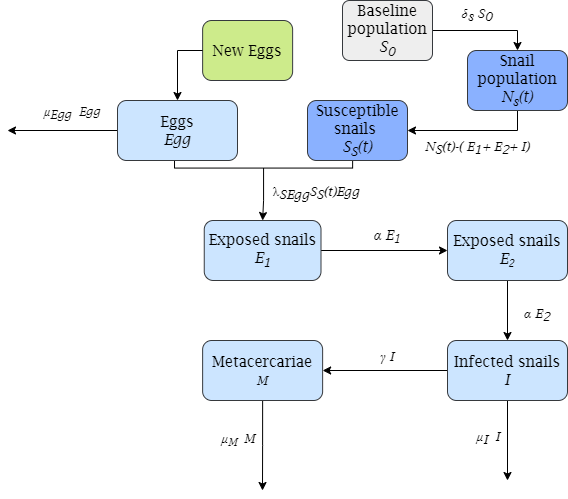
Lauraft97/Bachelor_project_2021 keeps this draw.io diagram as results/figures/Final_figures/ODE_flowchart.png. Above is the earlier version. Source tidied: cells renumbered, new cells last; positions are measured from the earlier drawing's top-left corner, leaving out a move shared by most shapes.
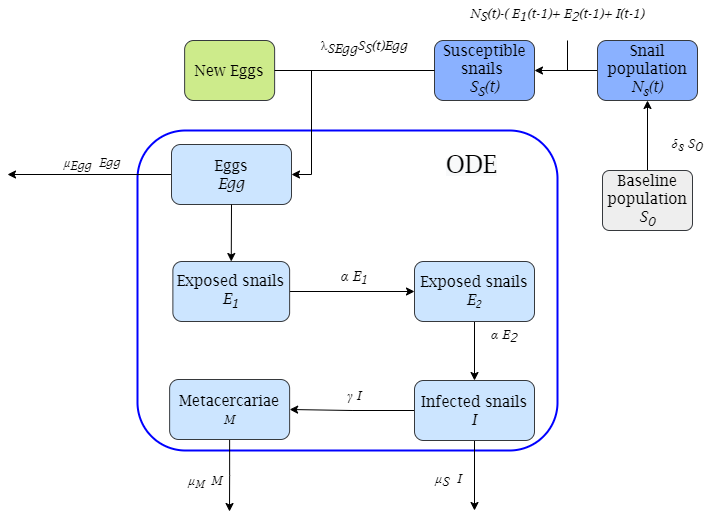
The same diagram one commit later.

Change to the diagram source:
```diff
@@ -2,105 +2,112 @@
   <root>
     <mxCell id="0" />
     <mxCell id="1" parent="0" />
-    <mxCell id="2" style="strokeWidth=1;html=1;shape=mxgraph.flowchart.annotation_2;align=left;labelPosition=right;fontFamily=Lucida Bright;fontSize=15;rotation=-90;" parent="1" vertex="1">
-      <mxGeometry x="223.6" y="78.5" width="64.9" height="178.1" as="geometry" />
-    </mxCell>
+    <mxCell id="32" style="rounded=1;whiteSpace=wrap;html=1;fontFamily=Lucida Bright;fontSize=16;strokeColor=#0000FF;strokeWidth=2;fillColor=none;" parent="1" vertex="1">
+      <mxGeometry x="140" y="120" width="420" height="320" as="geometry" />
+    </mxCell>
-    <mxCell id="3" style="edgeStyle=orthogonalEdgeStyle;rounded=0;jettySize=auto;html=1;exitX=1;exitY=0.5;exitDx=0;exitDy=0;entryX=0.5;entryY=0;entryDx=0;entryDy=0;fontSize=29;fontFamily=Lucida Bright;" parent="1" edge="1" source="4" target="8">
+    <mxCell id="3" style="edgeStyle=orthogonalEdgeStyle;rounded=0;jettySize=auto;html=1;exitX=0.5;exitY=0;exitDx=0;exitDy=0;fontFamily=Lucida Bright;fontSize=16;" parent="1" edge="1" source="4" target="8">
       <mxGeometry relative="1" as="geometry" />
     </mxCell>
     <mxCell id="4" value="&lt;font style=&quot;font-size: 15px&quot;&gt;Baseline population&lt;br&gt;&lt;i&gt;S&lt;sub&gt;0&lt;/sub&gt;&lt;/i&gt;&lt;/font&gt;" style="rounded=1;whiteSpace=wrap;html=1;absoluteArcSize=1;arcSize=14;strokeWidth=1;fontFamily=Lucida Bright;fillColor=#eeeeee;strokeColor=#36393d;" parent="1" vertex="1">
-      <mxGeometry x="335" width="90" height="60" as="geometry" />
+      <mxGeometry x="605" y="160" width="90" height="60" as="geometry" />
     </mxCell>
     <mxCell id="5" style="edgeStyle=orthogonalEdgeStyle;rounded=0;jettySize=auto;html=1;exitX=0;exitY=0.5;exitDx=0;exitDy=0;fontFamily=Lucida Bright;fontSize=15;" parent="1" edge="1" source="6">
       <mxGeometry relative="1" as="geometry">
-        <mxPoint y="130" as="targetPoint" />
+        <mxPoint x="10" y="164" as="targetPoint" />
       </mxGeometry>
     </mxCell>
     <mxCell id="6" value="Eggs&lt;br&gt;&lt;i&gt;Egg&lt;/i&gt;" style="rounded=1;whiteSpace=wrap;html=1;fontFamily=Lucida Bright;fontSize=15;fillColor=#cce5ff;strokeColor=#36393d;" parent="1" vertex="1">
-      <mxGeometry x="110" y="100" width="120" height="60" as="geometry" />
+      <mxGeometry x="174" y="134" width="120" height="60" as="geometry" />
     </mxCell>
-    <mxCell id="7" style="edgeStyle=orthogonalEdgeStyle;rounded=0;jettySize=auto;html=1;exitX=0.5;exitY=1;exitDx=0;exitDy=0;entryX=1;entryY=0.5;entryDx=0;entryDy=0;fontSize=18;fontFamily=Lucida Bright;" parent="1" edge="1" source="8" target="29">
+    <mxCell id="7" style="edgeStyle=orthogonalEdgeStyle;rounded=0;jettySize=auto;html=1;exitX=0;exitY=0.5;exitDx=0;exitDy=0;entryX=1;entryY=0.5;entryDx=0;entryDy=0;fontFamily=Lucida Bright;fontSize=16;" parent="1" edge="1" source="8" target="29">
       <mxGeometry relative="1" as="geometry" />
     </mxCell>
     <mxCell id="8" value="Snail population&lt;br&gt;&lt;i&gt;N&lt;sub&gt;s&lt;/sub&gt;(t)&lt;/i&gt;" style="rounded=1;whiteSpace=wrap;html=1;fontFamily=Lucida Bright;fontSize=15;fillColor=#8AB1FF;strokeColor=#36393d;" parent="1" vertex="1">
-      <mxGeometry x="460" y="50" width="100" height="60" as="geometry" />
+      <mxGeometry x="600" y="30" width="100" height="60" as="geometry" />
     </mxCell>
+    <mxCell id="10" style="edgeStyle=orthogonalEdgeStyle;rounded=0;jettySize=auto;html=1;exitX=1;exitY=0.5;exitDx=0;exitDy=0;entryX=1;entryY=0.5;entryDx=0;entryDy=0;fontFamily=Lucida Bright;fontSize=16;" parent="1" edge="1" source="9" target="6">
+      <mxGeometry relative="1" as="geometry" />
+    </mxCell>
     <mxCell id="9" value="New Eggs" style="rounded=1;whiteSpace=wrap;html=1;fontFamily=Lucida Bright;fontSize=15;fillColor=#cdeb8b;strokeColor=#36393d;" parent="1" vertex="1">
-      <mxGeometry x="195.1" y="20" width="90" height="60" as="geometry" />
+      <mxGeometry x="187.1" y="30" width="90" height="60" as="geometry" />
     </mxCell>
-    <mxCell id="10" style="endArrow=classic;html=1;rounded=0;fontFamily=Lucida Bright;fontSize=15;exitX=0;exitY=0.5;exitDx=0;exitDy=0;entryX=0.5;entryY=0;entryDx=0;entryDy=0;" parent="1" edge="1" source="9" target="6">
-      <mxGeometry relative="1" as="geometry">
-        <Array as="points">
-          <mxPoint x="170" y="50" />
-        </Array>
-      </mxGeometry>
-    </mxCell>
     <mxCell id="11" value="&lt;p style=&quot;margin-top: 0pt; margin-bottom: 0pt; margin-left: 0in; text-align: left; direction: ltr; unicode-bidi: embed; word-break: normal; font-size: 13px;&quot;&gt;&lt;span style=&quot;font-size: 13px;&quot;&gt;&lt;i style=&quot;font-size: 13px;&quot;&gt;δ&lt;sub style=&quot;font-size: 13px;&quot;&gt;s&lt;/sub&gt; S&lt;sub style=&quot;font-size: 13px;&quot;&gt;0&lt;/sub&gt;&lt;/i&gt;&lt;/span&gt;&lt;/p&gt;" style="text;html=1;strokeColor=none;fillColor=none;align=center;verticalAlign=middle;whiteSpace=wrap;rounded=0;fontFamily=Lucida Bright;fontSize=13;" parent="1" vertex="1">
-      <mxGeometry x="440" width="60" height="30" as="geometry" />
+      <mxGeometry x="660" y="120" width="60" height="30" as="geometry" />
     </mxCell>
     <mxCell id="12" style="edgeStyle=orthogonalEdgeStyle;rounded=0;orthogonalLoop=1;jettySize=auto;html=1;exitX=0.5;exitY=1;exitDx=0;exitDy=0;fontFamily=Lucida Bright;fontSize=15;" parent="1" edge="1" source="11" target="11">
       <mxGeometry relative="1" as="geometry" />
     </mxCell>
-    <mxCell id="13" style="endArrow=classic;html=1;rounded=0;fontFamily=Lucida Bright;fontSize=15;exitX=0;exitY=0.5;exitDx=0;exitDy=0;exitPerimeter=0;entryX=0.5;entryY=0;entryDx=0;entryDy=0;" parent="1" edge="1" source="2" target="15">
+    <mxCell id="13" style="endArrow=classic;html=1;rounded=0;fontFamily=Lucida Bright;fontSize=15;exitX=0.5;exitY=1;exitDx=0;exitDy=0;entryX=0.5;entryY=0;entryDx=0;entryDy=0;" parent="1" edge="1" source="6" target="15">
       <mxGeometry relative="1" as="geometry" />
     </mxCell>
     <mxCell id="14" style="edgeStyle=orthogonalEdgeStyle;rounded=0;jettySize=auto;html=1;exitX=1;exitY=0.5;exitDx=0;exitDy=0;entryX=0;entryY=0.5;entryDx=0;entryDy=0;fontSize=29;fontFamily=Lucida Bright;" parent="1" edge="1" source="15" target="17">
       <mxGeometry relative="1" as="geometry" />
     </mxCell>
     <mxCell id="15" value="Exposed snails&lt;br&gt;&lt;i&gt;E&lt;sub&gt;1&lt;/sub&gt;&lt;/i&gt;" style="rounded=1;whiteSpace=wrap;html=1;fontFamily=Lucida Bright;fontSize=15;fillColor=#cce5ff;strokeColor=#36393d;" parent="1" vertex="1">
-      <mxGeometry x="196.8" y="220" width="116.8" height="60" as="geometry" />
+      <mxGeometry x="175.4" y="251" width="116.8" height="60" as="geometry" />
     </mxCell>
     <mxCell id="16" style="edgeStyle=orthogonalEdgeStyle;rounded=0;jettySize=auto;html=1;exitX=0.5;exitY=1;exitDx=0;exitDy=0;fontFamily=Lucida Bright;fontSize=15;entryX=0.5;entryY=0;entryDx=0;entryDy=0;" parent="1" edge="1" source="17" target="20">
       <mxGeometry relative="1" as="geometry" />
     </mxCell>
     <mxCell id="17" value="Exposed snails&lt;br&gt;&lt;i&gt;E&lt;span style=&quot;font-size: 12.5px&quot;&gt;&lt;sub&gt;2&lt;/sub&gt;&lt;/span&gt;&lt;/i&gt;" style="rounded=1;whiteSpace=wrap;html=1;fontFamily=Lucida Bright;fontSize=15;fillColor=#cce5ff;strokeColor=#36393d;" parent="1" vertex="1">
-      <mxGeometry x="440" y="220" width="120" height="60" as="geometry" />
+      <mxGeometry x="417" y="251" width="120" height="60" as="geometry" />
     </mxCell>
     <mxCell id="18" style="edgeStyle=orthogonalEdgeStyle;rounded=0;jettySize=auto;html=1;exitX=0;exitY=0.5;exitDx=0;exitDy=0;fontSize=29;fontFamily=Lucida Bright;" parent="1" edge="1" source="20" target="22">
       <mxGeometry relative="1" as="geometry" />
     </mxCell>
     <mxCell id="19" style="edgeStyle=orthogonalEdgeStyle;rounded=0;jettySize=auto;html=1;exitX=0.5;exitY=1;exitDx=0;exitDy=0;fontSize=29;fontFamily=Lucida Bright;" parent="1" edge="1" source="20">
       <mxGeometry relative="1" as="geometry">
-        <mxPoint x="500" y="480" as="targetPoint" />
+        <mxPoint x="477" y="500" as="targetPoint" />
       </mxGeometry>
     </mxCell>
     <mxCell id="20" value="Infected snails&lt;br&gt;&lt;i&gt;I&lt;/i&gt;" style="rounded=1;whiteSpace=wrap;html=1;fontFamily=Lucida Bright;fontSize=15;fillColor=#cce5ff;strokeColor=#36393d;" parent="1" vertex="1">
-      <mxGeometry x="440" y="340" width="120" height="60" as="geometry" />
+      <mxGeometry x="417" y="370" width="120" height="60" as="geometry" />
     </mxCell>
     <mxCell id="21" style="edgeStyle=orthogonalEdgeStyle;rounded=0;jettySize=auto;html=1;exitX=0.5;exitY=1;exitDx=0;exitDy=0;fontSize=29;fontFamily=Lucida Bright;" parent="1" edge="1" source="22">
       <mxGeometry relative="1" as="geometry">
-        <mxPoint x="255" y="490" as="targetPoint" />
+        <mxPoint x="232" y="501" as="targetPoint" />
       </mxGeometry>
     </mxCell>
     <mxCell id="22" value="Metacercariae&lt;br&gt;&lt;span style=&quot;font-size: 12.5px&quot;&gt;&lt;i&gt;M&lt;/i&gt;&lt;/span&gt;" style="rounded=1;whiteSpace=wrap;html=1;fontFamily=Lucida Bright;fontSize=15;fillColor=#cce5ff;strokeColor=#36393d;" parent="1" vertex="1">
-      <mxGeometry x="195.1" y="340" width="120" height="60" as="geometry" />
+      <mxGeometry x="172.1" y="369" width="120" height="60" as="geometry" />
     </mxCell>
     <mxCell id="23" value="&lt;span style=&quot;font-size: 12px;&quot;&gt;&lt;i style=&quot;font-size: 12px;&quot;&gt;μ&lt;sub style=&quot;font-size: 12px;&quot;&gt;Egg&amp;nbsp;&lt;/sub&gt;Egg&lt;/i&gt;&lt;/span&gt;" style="text;html=1;strokeColor=none;fillColor=none;align=center;verticalAlign=middle;whiteSpace=wrap;rounded=0;fontFamily=Lucida Bright;fontSize=12;" parent="1" vertex="1">
-      <mxGeometry x="20" y="93" width="90" height="40" as="geometry" />
+      <mxGeometry x="50" y="134" width="90" height="40" as="geometry" />
     </mxCell>
     <mxCell id="24" value="&lt;span style=&quot;font-size: 13px&quot;&gt;&lt;i&gt;μ&lt;sub&gt;M&amp;nbsp;&lt;/sub&gt;M&amp;nbsp;&lt;/i&gt;&lt;/span&gt;" style="text;html=1;strokeColor=none;fillColor=none;align=center;verticalAlign=middle;whiteSpace=wrap;rounded=0;fontFamily=Lucida Bright;fontSize=15;" parent="1" vertex="1">
-      <mxGeometry x="190" y="418" width="90" height="40" as="geometry" />
+      <mxGeometry x="167" y="450" width="90" height="40" as="geometry" />
     </mxCell>
     <mxCell id="25" value="&lt;span style=&quot;font-size: 13px;&quot;&gt;&lt;font style=&quot;font-size: 13px;&quot;&gt;&lt;i style=&quot;font-size: 13px;&quot;&gt;α E&lt;sub style=&quot;font-size: 13px;&quot;&gt;2&lt;/sub&gt;&lt;/i&gt;&lt;/font&gt;&lt;/span&gt;" style="text;html=1;strokeColor=none;fillColor=none;align=center;verticalAlign=middle;whiteSpace=wrap;rounded=0;fontFamily=Lucida Bright;fontSize=13;" parent="1" vertex="1">
-      <mxGeometry x="500" y="300" width="60" height="30" as="geometry" />
+      <mxGeometry x="477" y="311" width="60" height="30" as="geometry" />
     </mxCell>
     <mxCell id="26" value="&lt;span&gt;&lt;i&gt;&lt;font style=&quot;font-size: 13px&quot;&gt;γ I&lt;/font&gt;&lt;/i&gt;&lt;/span&gt;" style="text;html=1;strokeColor=none;fillColor=none;align=center;verticalAlign=middle;whiteSpace=wrap;rounded=0;fontFamily=Lucida Bright;fontSize=16;" parent="1" vertex="1">
-      <mxGeometry x="350" y="340" width="60" height="30" as="geometry" />
+      <mxGeometry x="327" y="369" width="60" height="30" as="geometry" />
     </mxCell>
     <mxCell id="27" value="&lt;span&gt;&lt;font style=&quot;font-size: 14px&quot;&gt;&lt;i&gt;&lt;span&gt;α E&lt;/span&gt;&lt;span&gt;&lt;sub&gt;1&lt;/sub&gt;&lt;/span&gt;&lt;/i&gt;&lt;/font&gt;&lt;/span&gt;" style="text;html=1;strokeColor=none;fillColor=none;align=center;verticalAlign=middle;whiteSpace=wrap;rounded=0;fontFamily=Lucida Bright;fontSize=15;" parent="1" vertex="1">
-      <mxGeometry x="350" y="220" width="60" height="30" as="geometry" />
+      <mxGeometry x="327" y="251" width="60" height="30" as="geometry" />
     </mxCell>
-    <mxCell id="28" value="&lt;span style=&quot;font-size: 13px;&quot;&gt;&lt;i style=&quot;font-size: 13px;&quot;&gt;μ&lt;sub style=&quot;font-size: 13px;&quot;&gt;I&amp;nbsp;&lt;/sub&gt;I&amp;nbsp;&lt;/i&gt;&lt;/span&gt;" style="text;html=1;strokeColor=none;fillColor=none;align=center;verticalAlign=middle;whiteSpace=wrap;rounded=0;fontFamily=Lucida Bright;fontSize=13;" parent="1" vertex="1">
-      <mxGeometry x="440" y="418" width="90" height="40" as="geometry" />
+    <mxCell id="28" value="&lt;span style=&quot;font-size: 13px&quot;&gt;&lt;i style=&quot;font-size: 13px&quot;&gt;μ&lt;sub style=&quot;font-size: 13px&quot;&gt;S&amp;nbsp;&lt;/sub&gt;I&amp;nbsp;&lt;/i&gt;&lt;/span&gt;" style="text;html=1;strokeColor=none;fillColor=none;align=center;verticalAlign=middle;whiteSpace=wrap;rounded=0;fontFamily=Lucida Bright;fontSize=13;" parent="1" vertex="1">
+      <mxGeometry x="410" y="450" width="90" height="40" as="geometry" />
     </mxCell>
     <mxCell id="29" value="Susceptible snails &lt;br&gt;&lt;i&gt;S&lt;sub&gt;S&lt;/sub&gt;(t)&lt;/i&gt;" style="rounded=1;whiteSpace=wrap;html=1;fontFamily=Lucida Bright;fontSize=15;fillColor=#8AB1FF;strokeColor=#36393d;" parent="1" vertex="1">
-      <mxGeometry x="300" y="100" width="100" height="60" as="geometry" />
+      <mxGeometry x="437" y="30" width="100" height="60" as="geometry" />
     </mxCell>
     <mxCell id="30" value="&lt;p class=&quot;MsoNormal&quot; style=&quot;font-size: 13px;&quot;&gt;&lt;/p&gt;&lt;font style=&quot;font-size: 13px;&quot;&gt;&lt;font style=&quot;font-size: 13px;&quot;&gt;λ&lt;/font&gt;&lt;font style=&quot;font-size: 13px;&quot;&gt;&lt;i style=&quot;font-size: 13px;&quot;&gt;&lt;sub style=&quot;font-size: 13px;&quot;&gt;SEgg&lt;/sub&gt;S&lt;sub style=&quot;font-size: 13px;&quot;&gt;S&lt;/sub&gt;(t)Egg&lt;/i&gt;&lt;/font&gt;&lt;/font&gt;" style="text;html=1;strokeColor=none;fillColor=none;align=center;verticalAlign=middle;whiteSpace=wrap;rounded=0;fontFamily=Lucida Bright;fontSize=13;" parent="1" vertex="1">
-      <mxGeometry x="239" y="166" width="140" height="40" as="geometry" />
+      <mxGeometry x="297" y="10" width="140" height="40" as="geometry" />
     </mxCell>
-    <mxCell id="31" value="&lt;span style=&quot;font-size: 13px;&quot;&gt;&lt;font style=&quot;font-size: 13px;&quot;&gt;&lt;i style=&quot;font-size: 13px;&quot;&gt;&lt;span style=&quot;font-size: 13px;&quot;&gt;N&lt;sub style=&quot;font-size: 13px;&quot;&gt;S&lt;/sub&gt;(t)-( E&lt;/span&gt;&lt;span style=&quot;font-size: 13px;&quot;&gt;&lt;sub style=&quot;font-size: 13px;&quot;&gt;1&lt;/sub&gt;+ E&lt;sub style=&quot;font-size: 13px;&quot;&gt;2&lt;/sub&gt;+ I)&lt;/span&gt;&lt;/i&gt;&lt;/font&gt;&lt;/span&gt;" style="text;html=1;strokeColor=none;fillColor=none;align=center;verticalAlign=middle;whiteSpace=wrap;rounded=0;fontFamily=Lucida Bright;fontSize=13;" parent="1" vertex="1">
-      <mxGeometry x="390" y="133" width="160" height="30" as="geometry" />
+    <mxCell id="31" value="&lt;span style=&quot;font-size: 13px&quot;&gt;&lt;font style=&quot;font-size: 13px&quot;&gt;&lt;i style=&quot;font-size: 13px&quot;&gt;&lt;span style=&quot;font-size: 13px&quot;&gt;N&lt;sub style=&quot;font-size: 13px&quot;&gt;S&lt;/sub&gt;(t)-( E&lt;/span&gt;&lt;span style=&quot;font-size: 13px&quot;&gt;&lt;sub style=&quot;font-size: 13px&quot;&gt;1&lt;/sub&gt;(t-1)+ E&lt;sub style=&quot;font-size: 13px&quot;&gt;2&lt;/sub&gt;(t-1)+ I(t-1)&lt;/span&gt;&lt;/i&gt;&lt;/font&gt;&lt;/span&gt;" style="text;html=1;strokeColor=none;fillColor=none;align=center;verticalAlign=middle;whiteSpace=wrap;rounded=0;fontFamily=Lucida Bright;fontSize=13;" parent="1" vertex="1">
+      <mxGeometry x="460" y="-10" width="200" height="30" as="geometry" />
     </mxCell>
+    <mxCell id="33" style="endArrow=none;html=1;rounded=0;fontFamily=Lucida Bright;fontSize=16;entryX=0;entryY=0.5;entryDx=0;entryDy=0;exitX=1;exitY=0.5;exitDx=0;exitDy=0;" parent="1" edge="1" source="9" target="29">
+      <mxGeometry relative="1" as="geometry" />
+    </mxCell>
+    <mxCell id="34" value="&lt;span style=&quot;color: rgb(0 , 0 , 0) ; font-family: &amp;#34;lucida bright&amp;#34; ; font-style: normal ; font-weight: 400 ; letter-spacing: normal ; text-align: center ; text-indent: 0px ; text-transform: none ; word-spacing: 0px ; background-color: rgb(248 , 249 , 250) ; display: inline ; float: none&quot;&gt;&lt;font style=&quot;font-size: 24px&quot;&gt;ODE&lt;/font&gt;&lt;/span&gt;" style="text;whiteSpace=wrap;html=1;fontSize=16;fontFamily=Lucida Bright;" parent="1" vertex="1">
+      <mxGeometry x="447" y="134" width="80" height="40" as="geometry" />
+    </mxCell>
+    <mxCell id="35" style="endArrow=none;html=1;rounded=0;fontFamily=Lucida Bright;fontSize=24;entryX=0.55;entryY=1.333;entryDx=0;entryDy=0;entryPerimeter=0;" parent="1" edge="1" target="31">
+      <mxGeometry relative="1" as="geometry">
+        <mxPoint x="570" y="60" as="sourcePoint" />
+      </mxGeometry>
+    </mxCell>
   </root>
 </mxGraphModel>
```
